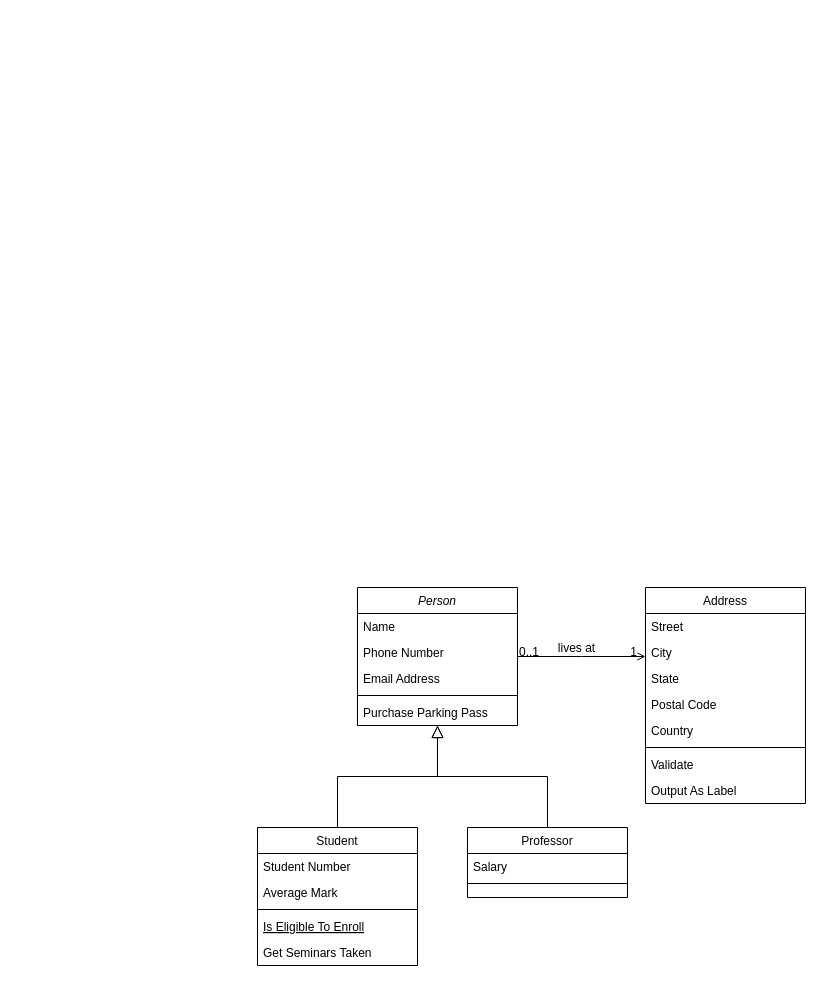
Above: Untitled Diagram.drawio in veras222/AlexaDevicesOutput (draw.io), before the change. Source tidied: cells renumbered, new cells numbered last; positions are measured from the earlier drawing's top-left corner, leaving out a move shared by most shapes. Both pictures are drawn from the tidied source at 100%, with x=0, y=0 at pixel (257, 587).
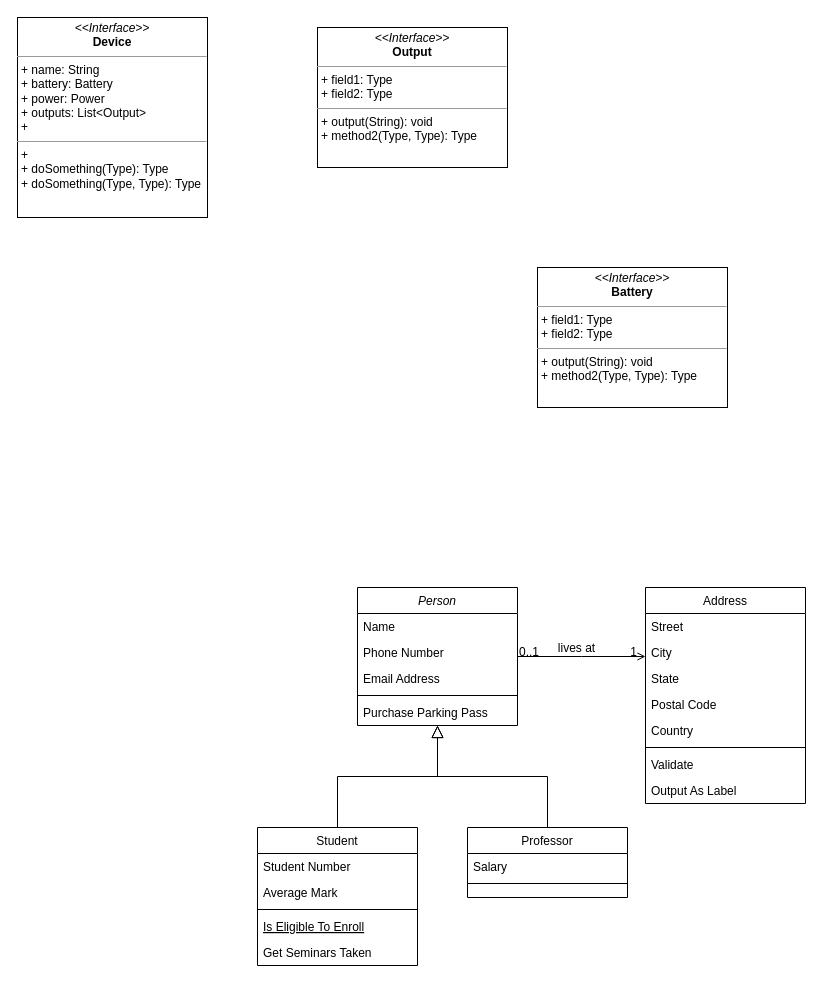
After the change.

Change to the diagram source:
```diff
@@
+    <mxCell id="32" value="&lt;p style=&quot;margin:0px;margin-top:4px;text-align:center;&quot;&gt;&lt;i&gt;&amp;lt;&amp;lt;Interface&amp;gt;&amp;gt;&lt;/i&gt;&lt;br&gt;&lt;b&gt;Device&lt;/b&gt;&lt;/p&gt;&lt;hr size=&quot;1&quot;&gt;&lt;p style=&quot;margin:0px;margin-left:4px;&quot;&gt;+ name: String&lt;/p&gt;&lt;p style=&quot;margin:0px;margin-left:4px;&quot;&gt;+ battery: Battery&lt;/p&gt;&lt;p style=&quot;margin:0px;margin-left:4px;&quot;&gt;+ power: Power&lt;br&gt;+ outputs: List&amp;lt;Output&amp;gt;&lt;/p&gt;&lt;p style=&quot;margin:0px;margin-left:4px;&quot;&gt;+&amp;nbsp;&lt;/p&gt;&lt;hr size=&quot;1&quot;&gt;&lt;p style=&quot;margin:0px;margin-left:4px;&quot;&gt;+&amp;nbsp;&lt;/p&gt;&lt;p style=&quot;margin:0px;margin-left:4px;&quot;&gt;+ doSomething(Type): Type&lt;br&gt;+ doSomething(Type, Type): Type&lt;/p&gt;" style="verticalAlign=top;align=left;overflow=fill;fontSize=12;fontFamily=Helvetica;html=1;whiteSpace=wrap;" parent="1" vertex="1">
+      <mxGeometry x="-240" y="-570" width="190" height="200" as="geometry" />
+    </mxCell>
+    <mxCell id="33" value="&lt;p style=&quot;margin:0px;margin-top:4px;text-align:center;&quot;&gt;&lt;i&gt;&amp;lt;&amp;lt;Interface&amp;gt;&amp;gt;&lt;/i&gt;&lt;br&gt;&lt;b&gt;Output&lt;/b&gt;&lt;/p&gt;&lt;hr size=&quot;1&quot;&gt;&lt;p style=&quot;margin:0px;margin-left:4px;&quot;&gt;+ field1: Type&lt;br&gt;+ field2: Type&lt;/p&gt;&lt;hr size=&quot;1&quot;&gt;&lt;p style=&quot;margin:0px;margin-left:4px;&quot;&gt;+ output(String): void&lt;br&gt;+ method2(Type, Type): Type&lt;/p&gt;" style="verticalAlign=top;align=left;overflow=fill;fontSize=12;fontFamily=Helvetica;html=1;whiteSpace=wrap;" parent="1" vertex="1">
+      <mxGeometry x="60" y="-560" width="190" height="140" as="geometry" />
+    </mxCell>
+    <mxCell id="34" value="&lt;p style=&quot;margin:0px;margin-top:4px;text-align:center;&quot;&gt;&lt;i&gt;&amp;lt;&amp;lt;Interface&amp;gt;&amp;gt;&lt;/i&gt;&lt;br&gt;&lt;b&gt;Battery&lt;/b&gt;&lt;/p&gt;&lt;hr size=&quot;1&quot;&gt;&lt;p style=&quot;margin:0px;margin-left:4px;&quot;&gt;+ field1: Type&lt;br&gt;+ field2: Type&lt;/p&gt;&lt;hr size=&quot;1&quot;&gt;&lt;p style=&quot;margin:0px;margin-left:4px;&quot;&gt;+ output(String): void&lt;br&gt;+ method2(Type, Type): Type&lt;/p&gt;" style="verticalAlign=top;align=left;overflow=fill;fontSize=12;fontFamily=Helvetica;html=1;whiteSpace=wrap;" parent="1" vertex="1">
+      <mxGeometry x="280" y="-320" width="190" height="140" as="geometry" />
+    </mxCell>
```
